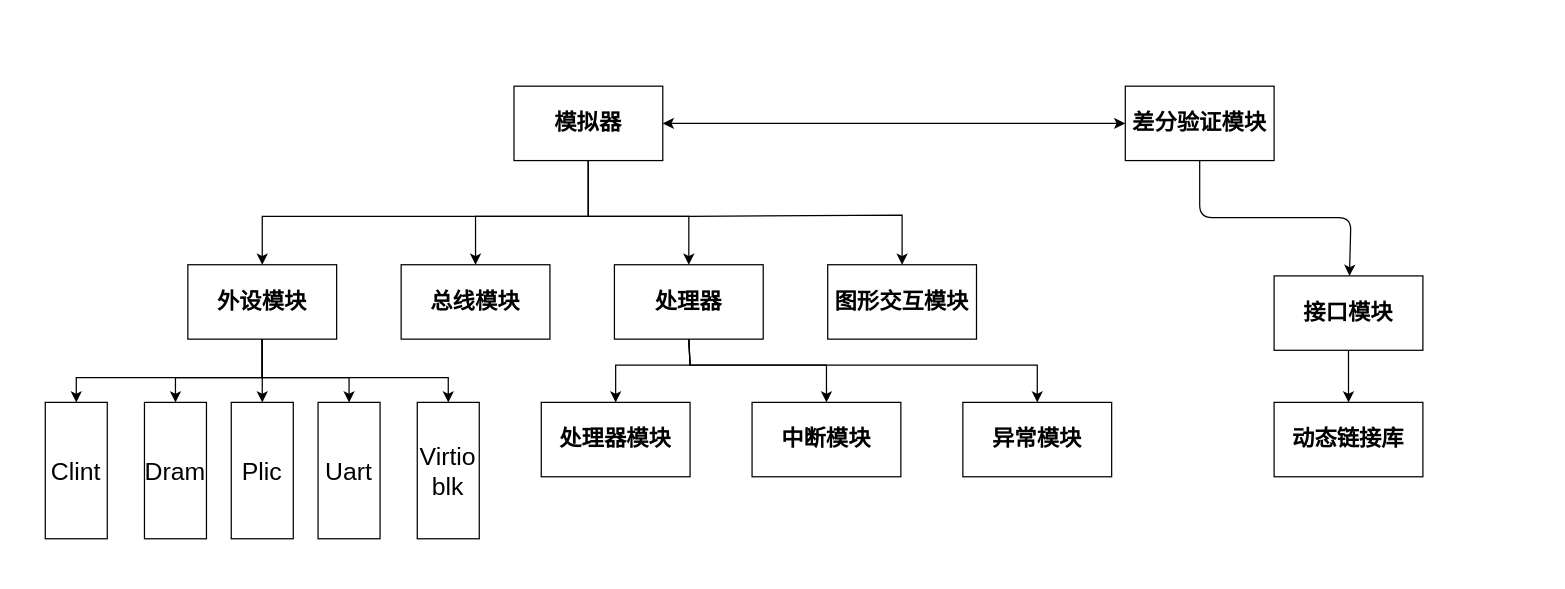
This is page "总体架构" (1 of 7) of doc/architecture.drawio from Clo91eaf/hemu, a draw.io file, before an edit. Source tidied: cells renumbered, new cells numbered last; positions are measured from the earlier drawing's top-left corner, leaving out a move shared by most shapes. Both pictures are drawn from the tidied source at 124%, with x=0, y=0 at pixel (45, 86).
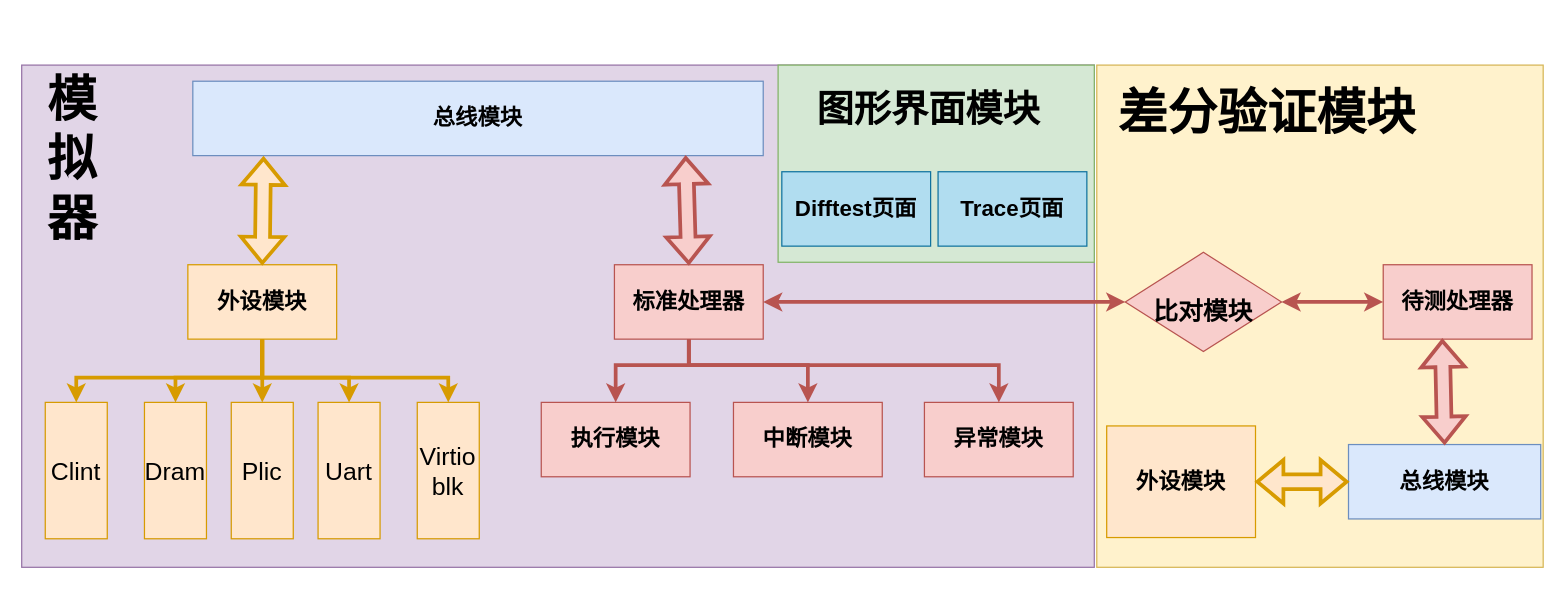
After the change.

Change to the diagram source:
```diff
@@
-    <mxCell id="2" style="edgeStyle=none;html=1;rounded=0;exitX=0.5;exitY=1;exitDx=0;exitDy=0;" parent="1" edge="1" source="4" target="6">
-      <mxGeometry relative="1" as="geometry">
-        <Array as="points">
-          <mxPoint x="438" y="105" />
-          <mxPoint x="519" y="105" />
-        </Array>
-      </mxGeometry>
-    </mxCell>
+    <mxCell id="33" style="whiteSpace=wrap;html=1;fontSize=20;fillColor=#fff2cc;strokeColor=#d6b656;rounded=0;" parent="1" vertex="1">
+      <mxGeometry x="848" y="-17" width="360" height="405" as="geometry" />
+    </mxCell>
+    <mxCell id="34" style="whiteSpace=wrap;html=1;fillColor=#e1d5e7;strokeColor=#9673a6;rounded=0;" parent="1" vertex="1">
+      <mxGeometry x="-19" y="-17" width="865" height="405" as="geometry" />
+    </mxCell>
-    <mxCell id="3" style="edgeStyle=none;html=1;fontSize=18;startArrow=classic;startFill=1;entryX=0;entryY=0.5;entryDx=0;entryDy=0;rounded=0;" parent="1" edge="1" source="4" target="20">
+    <mxCell id="3" style="edgeStyle=none;html=1;fontSize=18;startArrow=classic;startFill=1;entryX=0;entryY=0.5;entryDx=0;entryDy=0;rounded=0;fillColor=#f8cecc;strokeColor=#b85450;exitX=1;exitY=0.5;exitDx=0;exitDy=0;strokeWidth=3;" parent="1" edge="1" source="39" target="35">
       <mxGeometry relative="1" as="geometry" />
     </mxCell>
-    <mxCell id="4" value="&lt;h2&gt;模拟器&lt;/h2&gt;" style="whiteSpace=wrap;html=1;rounded=0;" parent="1" vertex="1">
-      <mxGeometry x="378" width="120" height="60" as="geometry" />
-    </mxCell>
-    <mxCell id="5" style="edgeStyle=none;html=1;fontSize=18;startArrow=none;startFill=0;entryX=0.5;entryY=0;entryDx=0;entryDy=0;rounded=0;exitX=0.5;exitY=1;exitDx=0;exitDy=0;" parent="1" edge="1" source="6" target="16">
+    <mxCell id="5" style="edgeStyle=none;html=1;fontSize=18;startArrow=none;startFill=0;entryX=0.5;entryY=0;entryDx=0;entryDy=0;rounded=0;exitX=0.5;exitY=1;exitDx=0;exitDy=0;fillColor=#f8cecc;strokeColor=#b85450;strokeWidth=3;" parent="1" edge="1" source="6" target="16">
       <mxGeometry relative="1" as="geometry">
         <Array as="points">
-          <mxPoint x="520" y="225" />
+          <mxPoint x="519" y="225" />
           <mxPoint x="460" y="225" />
         </Array>
       </mxGeometry>
     </mxCell>
-    <mxCell id="6" value="&lt;h2&gt;处理器&lt;/h2&gt;" style="whiteSpace=wrap;html=1;rounded=0;" parent="1" vertex="1">
+    <mxCell id="6" value="&lt;h2&gt;标准处理器&lt;/h2&gt;" style="whiteSpace=wrap;html=1;rounded=0;fillColor=#f8cecc;strokeColor=#b85450;" parent="1" vertex="1">
       <mxGeometry x="459" y="144" width="120" height="60" as="geometry" />
     </mxCell>
-    <mxCell id="7" style="edgeStyle=none;html=1;fontSize=18;startArrow=none;startFill=0;entryX=0.5;entryY=0;entryDx=0;entryDy=0;exitX=0.5;exitY=1;exitDx=0;exitDy=0;rounded=0;" parent="1" edge="1" source="8" target="21">
+    <mxCell id="7" style="edgeStyle=none;html=1;fontSize=18;startArrow=none;startFill=0;entryX=0.5;entryY=0;entryDx=0;entryDy=0;exitX=0.5;exitY=1;exitDx=0;exitDy=0;rounded=0;fillColor=#ffe6cc;strokeColor=#d79b00;strokeWidth=3;" parent="1" edge="1" source="8" target="21">
       <mxGeometry relative="1" as="geometry">
         <Array as="points">
           <mxPoint x="175" y="235" />
           <mxPoint x="25" y="235" />
         </Array>
       </mxGeometry>
     </mxCell>
-    <mxCell id="8" value="&lt;h2&gt;外设模块&lt;/h2&gt;" style="whiteSpace=wrap;html=1;rounded=0;" parent="1" vertex="1">
+    <mxCell id="8" value="&lt;h2&gt;外设模块&lt;/h2&gt;" style="whiteSpace=wrap;html=1;rounded=0;fillColor=#ffe6cc;strokeColor=#d79b00;" parent="1" vertex="1">
       <mxGeometry x="115" y="144" width="120" height="60" as="geometry" />
     </mxCell>
-    <mxCell id="9" value="&lt;h2&gt;图形交互模块&lt;/h2&gt;" style="whiteSpace=wrap;html=1;rounded=0;" parent="1" vertex="1">
-      <mxGeometry x="631" y="144" width="120" height="60" as="geometry" />
+    <mxCell id="9" value="&lt;h2&gt;&lt;br&gt;&lt;/h2&gt;" style="whiteSpace=wrap;html=1;rounded=0;fillColor=#d5e8d4;strokeColor=#82b366;" parent="1" vertex="1">
+      <mxGeometry x="591" y="-17" width="255" height="159" as="geometry" />
     </mxCell>
-    <mxCell id="10" style="edgeStyle=none;html=1;entryX=0.5;entryY=0;entryDx=0;entryDy=0;exitX=0.5;exitY=1;exitDx=0;exitDy=0;rounded=0;" parent="1" edge="1" source="4" target="8">
-      <mxGeometry relative="1" as="geometry">
-        <Array as="points">
-          <mxPoint x="438" y="105" />
-          <mxPoint x="175" y="105" />
-        </Array>
-      </mxGeometry>
-    </mxCell>
-    <mxCell id="11" style="edgeStyle=none;html=1;entryX=0.5;entryY=0;entryDx=0;entryDy=0;exitX=0.5;exitY=1;exitDx=0;exitDy=0;rounded=0;" parent="1" edge="1" source="4" target="9">
-      <mxGeometry relative="1" as="geometry">
-        <Array as="points">
-          <mxPoint x="438" y="105" />
-          <mxPoint x="519" y="105" />
-          <mxPoint x="691" y="104" />
-        </Array>
-      </mxGeometry>
-    </mxCell>
-    <mxCell id="12" value="&lt;h2&gt;总线模块&lt;/h2&gt;" style="whiteSpace=wrap;html=1;rounded=0;" parent="1" vertex="1">
-      <mxGeometry x="287" y="144" width="120" height="60" as="geometry" />
+    <mxCell id="12" value="&lt;h2&gt;总线模块&lt;/h2&gt;" style="whiteSpace=wrap;html=1;rounded=0;fillColor=#dae8fc;strokeColor=#6c8ebf;" parent="1" vertex="1">
+      <mxGeometry x="119" y="-4" width="460" height="60" as="geometry" />
     </mxCell>
-    <mxCell id="13" style="edgeStyle=none;html=1;exitX=0.5;exitY=1;exitDx=0;exitDy=0;rounded=0;entryX=0.5;entryY=0;entryDx=0;entryDy=0;" parent="1" edge="1" source="4" target="12">
-      <mxGeometry relative="1" as="geometry">
-        <Array as="points">
-          <mxPoint x="438" y="105" />
-          <mxPoint x="347" y="105" />
-        </Array>
-      </mxGeometry>
-    </mxCell>
-    <mxCell id="14" value="&lt;h2&gt;中断模块&lt;/h2&gt;" style="whiteSpace=wrap;html=1;rounded=0;" parent="1" vertex="1">
-      <mxGeometry x="570" y="255" width="120" height="60" as="geometry" />
+    <mxCell id="14" value="&lt;h2&gt;中断模块&lt;/h2&gt;" style="whiteSpace=wrap;html=1;rounded=0;fillColor=#f8cecc;strokeColor=#b85450;" parent="1" vertex="1">
+      <mxGeometry x="555" y="255" width="120" height="60" as="geometry" />
     </mxCell>
-    <mxCell id="15" value="&lt;h2&gt;异常模块&lt;/h2&gt;" style="whiteSpace=wrap;html=1;rounded=0;" parent="1" vertex="1">
-      <mxGeometry x="740" y="255" width="120" height="60" as="geometry" />
+    <mxCell id="15" value="&lt;h2&gt;异常模块&lt;/h2&gt;" style="whiteSpace=wrap;html=1;rounded=0;fillColor=#f8cecc;strokeColor=#b85450;" parent="1" vertex="1">
+      <mxGeometry x="709" y="255" width="120" height="60" as="geometry" />
     </mxCell>
-    <mxCell id="16" value="&lt;h2&gt;处理器模块&lt;/h2&gt;" style="whiteSpace=wrap;html=1;rounded=0;" parent="1" vertex="1">
+    <mxCell id="16" value="&lt;h2&gt;执行模块&lt;/h2&gt;" style="whiteSpace=wrap;html=1;rounded=0;fillColor=#f8cecc;strokeColor=#b85450;" parent="1" vertex="1">
       <mxGeometry x="400" y="255" width="120" height="60" as="geometry" />
     </mxCell>
-    <mxCell id="17" style="edgeStyle=none;html=1;fontSize=18;startArrow=none;startFill=0;entryX=0.5;entryY=0;entryDx=0;entryDy=0;exitX=0.5;exitY=1;exitDx=0;exitDy=0;rounded=0;" parent="1" edge="1" source="6" target="15">
+    <mxCell id="17" style="edgeStyle=none;html=1;fontSize=18;startArrow=none;startFill=0;entryX=0.5;entryY=0;entryDx=0;entryDy=0;exitX=0.5;exitY=1;exitDx=0;exitDy=0;rounded=0;fillColor=#f8cecc;strokeColor=#b85450;strokeWidth=3;" parent="1" edge="1" source="6" target="15">
       <mxGeometry relative="1" as="geometry">
         <Array as="points">
-          <mxPoint x="520" y="225" />
-          <mxPoint x="800" y="225" />
+          <mxPoint x="519" y="225" />
+          <mxPoint x="769" y="225" />
         </Array>
       </mxGeometry>
     </mxCell>
-    <mxCell id="18" style="edgeStyle=none;html=1;fontSize=18;startArrow=none;startFill=0;entryX=0.5;entryY=0;entryDx=0;entryDy=0;exitX=0.5;exitY=1;exitDx=0;exitDy=0;rounded=0;" parent="1" edge="1" source="6" target="14">
+    <mxCell id="18" style="edgeStyle=none;html=1;fontSize=18;startArrow=none;startFill=0;entryX=0.5;entryY=0;entryDx=0;entryDy=0;exitX=0.5;exitY=1;exitDx=0;exitDy=0;rounded=0;fillColor=#f8cecc;strokeColor=#b85450;strokeWidth=3;" parent="1" edge="1" source="6" target="14">
       <mxGeometry relative="1" as="geometry">
         <Array as="points">
-          <mxPoint x="520" y="225" />
-          <mxPoint x="630" y="225" />
+          <mxPoint x="519" y="225" />
+          <mxPoint x="615" y="225" />
         </Array>
       </mxGeometry>
     </mxCell>
-    <mxCell id="19" style="edgeStyle=none;html=1;" parent="1" edge="1" source="20" target="31">
-      <mxGeometry relative="1" as="geometry">
-        <Array as="points">
-          <mxPoint x="931" y="106" />
-          <mxPoint x="1053" y="106" />
-        </Array>
-      </mxGeometry>
-    </mxCell>
-    <mxCell id="20" value="&lt;h2&gt;差分验证模块&lt;/h2&gt;" style="whiteSpace=wrap;html=1;rounded=0;" parent="1" vertex="1">
-      <mxGeometry x="871" width="120" height="60" as="geometry" />
-    </mxCell>
-    <mxCell id="21" value="&lt;font style=&quot;font-size: 20px;&quot;&gt;Clint&lt;/font&gt;" style="whiteSpace=wrap;html=1;rounded=0;horizontal=1;verticalAlign=middle;" parent="1" vertex="1">
+    <mxCell id="21" value="&lt;font style=&quot;font-size: 20px;&quot;&gt;Clint&lt;/font&gt;" style="whiteSpace=wrap;html=1;rounded=0;horizontal=1;verticalAlign=middle;fillColor=#ffe6cc;strokeColor=#d79b00;" parent="1" vertex="1">
       <mxGeometry y="255" width="50" height="110" as="geometry" />
     </mxCell>
-    <mxCell id="22" value="&lt;font style=&quot;font-size: 20px;&quot;&gt;Dram&lt;/font&gt;" style="whiteSpace=wrap;html=1;rounded=0;horizontal=1;verticalAlign=middle;" parent="1" vertex="1">
+    <mxCell id="22" value="&lt;font style=&quot;font-size: 20px;&quot;&gt;Dram&lt;/font&gt;" style="whiteSpace=wrap;html=1;rounded=0;horizontal=1;verticalAlign=middle;fillColor=#ffe6cc;strokeColor=#d79b00;" parent="1" vertex="1">
       <mxGeometry x="80" y="255" width="50" height="110" as="geometry" />
     </mxCell>
-    <mxCell id="23" value="&lt;span style=&quot;font-size: 20px;&quot;&gt;Plic&lt;/span&gt;" style="whiteSpace=wrap;html=1;rounded=0;horizontal=1;verticalAlign=middle;" parent="1" vertex="1">
+    <mxCell id="23" value="&lt;span style=&quot;font-size: 20px;&quot;&gt;Plic&lt;/span&gt;" style="whiteSpace=wrap;html=1;rounded=0;horizontal=1;verticalAlign=middle;fillColor=#ffe6cc;strokeColor=#d79b00;" parent="1" vertex="1">
       <mxGeometry x="150" y="255" width="50" height="110" as="geometry" />
     </mxCell>
-    <mxCell id="24" value="&lt;span style=&quot;font-size: 20px;&quot;&gt;Uart&lt;/span&gt;" style="whiteSpace=wrap;html=1;rounded=0;horizontal=1;verticalAlign=middle;" parent="1" vertex="1">
+    <mxCell id="24" value="&lt;span style=&quot;font-size: 20px;&quot;&gt;Uart&lt;/span&gt;" style="whiteSpace=wrap;html=1;rounded=0;horizontal=1;verticalAlign=middle;fillColor=#ffe6cc;strokeColor=#d79b00;" parent="1" vertex="1">
       <mxGeometry x="220" y="255" width="50" height="110" as="geometry" />
     </mxCell>
-    <mxCell id="25" value="&lt;span style=&quot;font-size: 20px;&quot;&gt;Virtio&lt;br&gt;blk&lt;/span&gt;" style="html=1;rounded=0;whiteSpace=wrap;horizontal=1;verticalAlign=middle;" parent="1" vertex="1">
+    <mxCell id="25" value="&lt;span style=&quot;font-size: 20px;&quot;&gt;Virtio&lt;br&gt;blk&lt;/span&gt;" style="html=1;rounded=0;whiteSpace=wrap;horizontal=1;verticalAlign=middle;fillColor=#ffe6cc;strokeColor=#d79b00;" parent="1" vertex="1">
       <mxGeometry x="300" y="255" width="50" height="110" as="geometry" />
     </mxCell>
-    <mxCell id="26" style="edgeStyle=none;html=1;fontSize=18;startArrow=none;startFill=0;entryX=0.5;entryY=0;entryDx=0;entryDy=0;exitX=0.5;exitY=1;exitDx=0;exitDy=0;rounded=0;" parent="1" edge="1" source="8" target="22">
+    <mxCell id="26" style="edgeStyle=none;html=1;fontSize=18;startArrow=none;startFill=0;entryX=0.5;entryY=0;entryDx=0;entryDy=0;exitX=0.5;exitY=1;exitDx=0;exitDy=0;rounded=0;fillColor=#ffe6cc;strokeColor=#d79b00;strokeWidth=3;" parent="1" edge="1" source="8" target="22">
       <mxGeometry relative="1" as="geometry">
         <Array as="points">
           <mxPoint x="175" y="235" />
           <mxPoint x="105" y="235" />
         </Array>
       </mxGeometry>
     </mxCell>
-    <mxCell id="27" style="edgeStyle=none;html=1;fontSize=18;startArrow=none;startFill=0;entryX=0.5;entryY=0;entryDx=0;entryDy=0;exitX=0.5;exitY=1;exitDx=0;exitDy=0;rounded=0;" parent="1" edge="1" source="8" target="23">
+    <mxCell id="27" style="edgeStyle=none;html=1;fontSize=18;startArrow=none;startFill=0;entryX=0.5;entryY=0;entryDx=0;entryDy=0;exitX=0.5;exitY=1;exitDx=0;exitDy=0;rounded=0;fillColor=#ffe6cc;strokeColor=#d79b00;strokeWidth=3;" parent="1" edge="1" source="8" target="23">
       <mxGeometry relative="1" as="geometry">
         <Array as="points">
           <mxPoint x="175" y="235" />
         </Array>
       </mxGeometry>
     </mxCell>
-    <mxCell id="28" style="edgeStyle=none;html=1;fontSize=18;startArrow=none;startFill=0;entryX=0.5;entryY=0;entryDx=0;entryDy=0;exitX=0.5;exitY=1;exitDx=0;exitDy=0;rounded=0;" parent="1" edge="1" source="8" target="24">
+    <mxCell id="28" style="edgeStyle=none;html=1;fontSize=18;startArrow=none;startFill=0;entryX=0.5;entryY=0;entryDx=0;entryDy=0;exitX=0.5;exitY=1;exitDx=0;exitDy=0;rounded=0;fillColor=#ffe6cc;strokeColor=#d79b00;strokeWidth=3;" parent="1" edge="1" source="8" target="24">
       <mxGeometry relative="1" as="geometry">
         <Array as="points">
           <mxPoint x="175" y="235" />
           <mxPoint x="245" y="235" />
         </Array>
       </mxGeometry>
     </mxCell>
-    <mxCell id="29" style="edgeStyle=none;html=1;fontSize=18;startArrow=none;startFill=0;entryX=0.5;entryY=0;entryDx=0;entryDy=0;exitX=0.5;exitY=1;exitDx=0;exitDy=0;rounded=0;" parent="1" edge="1" source="8" target="25">
+    <mxCell id="29" style="edgeStyle=none;html=1;fontSize=18;startArrow=none;startFill=0;entryX=0.5;entryY=0;entryDx=0;entryDy=0;exitX=0.5;exitY=1;exitDx=0;exitDy=0;rounded=0;fillColor=#ffe6cc;strokeColor=#d79b00;strokeWidth=3;" parent="1" edge="1" source="8" target="25">
       <mxGeometry relative="1" as="geometry">
         <Array as="points">
           <mxPoint x="175" y="235" />
           <mxPoint x="325" y="235" />
         </Array>
       </mxGeometry>
     </mxCell>
-    <mxCell id="30" style="edgeStyle=none;html=1;" parent="1" edge="1" source="31" target="32">
-      <mxGeometry relative="1" as="geometry" />
-    </mxCell>
-    <mxCell id="31" value="&lt;h2&gt;接口模块&lt;/h2&gt;" style="whiteSpace=wrap;html=1;rounded=0;" parent="1" vertex="1">
-      <mxGeometry x="991" y="153" width="120" height="60" as="geometry" />
-    </mxCell>
-    <mxCell id="32" value="&lt;h2&gt;动态链接库&lt;/h2&gt;" style="whiteSpace=wrap;html=1;rounded=0;" parent="1" vertex="1">
-      <mxGeometry x="991" y="255" width="120" height="60" as="geometry" />
-    </mxCell>
+    <mxCell id="35" value="&lt;h2&gt;待测处理器&lt;/h2&gt;" style="whiteSpace=wrap;html=1;rounded=0;fillColor=#f8cecc;strokeColor=#b85450;" parent="1" vertex="1">
+      <mxGeometry x="1079" y="144" width="120" height="60" as="geometry" />
+    </mxCell>
+    <mxCell id="36" style="edgeStyle=none;jettySize=auto;html=1;entryX=0.5;entryY=0;entryDx=0;entryDy=0;exitX=0.124;exitY=1.017;exitDx=0;exitDy=0;exitPerimeter=0;strokeWidth=3;shape=flexArrow;startArrow=block;fillColor=#ffe6cc;strokeColor=#d79b00;rounded=0;" parent="1" edge="1" source="12" target="8">
+      <mxGeometry relative="1" as="geometry" />
+    </mxCell>
+    <mxCell id="37" style="edgeStyle=none;jettySize=auto;html=1;entryX=0.5;entryY=0;entryDx=0;entryDy=0;exitX=0.864;exitY=1.007;exitDx=0;exitDy=0;exitPerimeter=0;strokeWidth=3;shape=flexArrow;startArrow=block;fillColor=#f8cecc;strokeColor=#b85450;rounded=0;" parent="1" edge="1" source="12" target="6">
+      <mxGeometry relative="1" as="geometry" />
+    </mxCell>
+    <mxCell id="4" value="&lt;font style=&quot;font-size: 40px;&quot;&gt;模拟器&lt;/font&gt;" style="text;strokeColor=none;align=center;fillColor=none;html=1;verticalAlign=middle;whiteSpace=wrap;rounded=0;fontStyle=1;" parent="1" vertex="1">
+      <mxGeometry x="-17" y="-15" width="78" height="146" as="geometry" />
+    </mxCell>
+    <mxCell id="38" style="edgeStyle=none;html=1;fontSize=18;startArrow=classic;startFill=1;entryX=0;entryY=0.5;entryDx=0;entryDy=0;rounded=0;fillColor=#f8cecc;strokeColor=#b85450;exitX=1;exitY=0.5;exitDx=0;exitDy=0;endArrow=classic;endFill=1;strokeWidth=3;" parent="1" edge="1" source="6" target="39">
+      <mxGeometry relative="1" as="geometry" />
+    </mxCell>
+    <mxCell id="39" value="&lt;font size=&quot;1&quot; style=&quot;&quot;&gt;&lt;b style=&quot;font-size: 20px;&quot;&gt;比对模块&lt;/b&gt;&lt;/font&gt;" style="rhombus;whiteSpace=wrap;html=1;fontSize=40;fillColor=#f8cecc;strokeColor=#b85450;rounded=0;" parent="1" vertex="1">
+      <mxGeometry x="871" y="134" width="126" height="80" as="geometry" />
+    </mxCell>
+    <mxCell id="20" value="&lt;font style=&quot;font-size: 40px;&quot;&gt;差分验证模块&lt;/font&gt;" style="text;strokeColor=none;align=center;fillColor=none;html=1;verticalAlign=middle;whiteSpace=wrap;rounded=0;fontStyle=1;" parent="1" vertex="1">
+      <mxGeometry x="846" y="-52" width="279" height="146" as="geometry" />
+    </mxCell>
+    <mxCell id="40" value="&lt;font style=&quot;font-size: 30px;&quot;&gt;图形界面模块&lt;/font&gt;" style="text;strokeColor=none;align=center;fillColor=none;html=1;verticalAlign=middle;whiteSpace=wrap;rounded=0;fontStyle=1;" parent="1" vertex="1">
+      <mxGeometry x="615" y="-29" width="195" height="93" as="geometry" />
+    </mxCell>
+    <mxCell id="41" value="&lt;h2&gt;Difftest页面&lt;/h2&gt;" style="whiteSpace=wrap;html=1;rounded=0;fillColor=#b1ddf0;strokeColor=#10739e;" parent="1" vertex="1">
+      <mxGeometry x="594" y="69" width="120" height="60" as="geometry" />
+    </mxCell>
+    <mxCell id="42" value="&lt;h2&gt;Trace页面&lt;/h2&gt;" style="whiteSpace=wrap;html=1;rounded=0;fillColor=#b1ddf0;strokeColor=#10739e;" parent="1" vertex="1">
+      <mxGeometry x="720" y="69" width="120" height="60" as="geometry" />
+    </mxCell>
+    <mxCell id="43" value="&lt;h2&gt;总线模块&lt;/h2&gt;" style="whiteSpace=wrap;html=1;rounded=0;fillColor=#dae8fc;strokeColor=#6c8ebf;" parent="1" vertex="1">
+      <mxGeometry x="1051" y="289" width="155" height="60" as="geometry" />
+    </mxCell>
+    <mxCell id="44" style="edgeStyle=none;jettySize=auto;html=1;entryX=0.5;entryY=0;entryDx=0;entryDy=0;exitX=0.397;exitY=1;exitDx=0;exitDy=0;strokeWidth=3;shape=flexArrow;startArrow=block;fillColor=#f8cecc;strokeColor=#b85450;rounded=0;exitPerimeter=0;" parent="1" edge="1" source="35" target="43">
+      <mxGeometry relative="1" as="geometry" />
+    </mxCell>
+    <mxCell id="45" value="&lt;h2&gt;外设模块&lt;/h2&gt;" style="whiteSpace=wrap;html=1;rounded=0;fillColor=#ffe6cc;strokeColor=#d79b00;" parent="1" vertex="1">
+      <mxGeometry x="856" y="274" width="120" height="90" as="geometry" />
+    </mxCell>
+    <mxCell id="46" style="edgeStyle=none;jettySize=auto;html=1;entryX=0;entryY=0.5;entryDx=0;entryDy=0;exitX=1;exitY=0.5;exitDx=0;exitDy=0;strokeWidth=3;shape=flexArrow;startArrow=block;fillColor=#ffe6cc;strokeColor=#d79b00;rounded=0;" parent="1" edge="1" source="45" target="43">
+      <mxGeometry relative="1" as="geometry" />
+    </mxCell>
```
